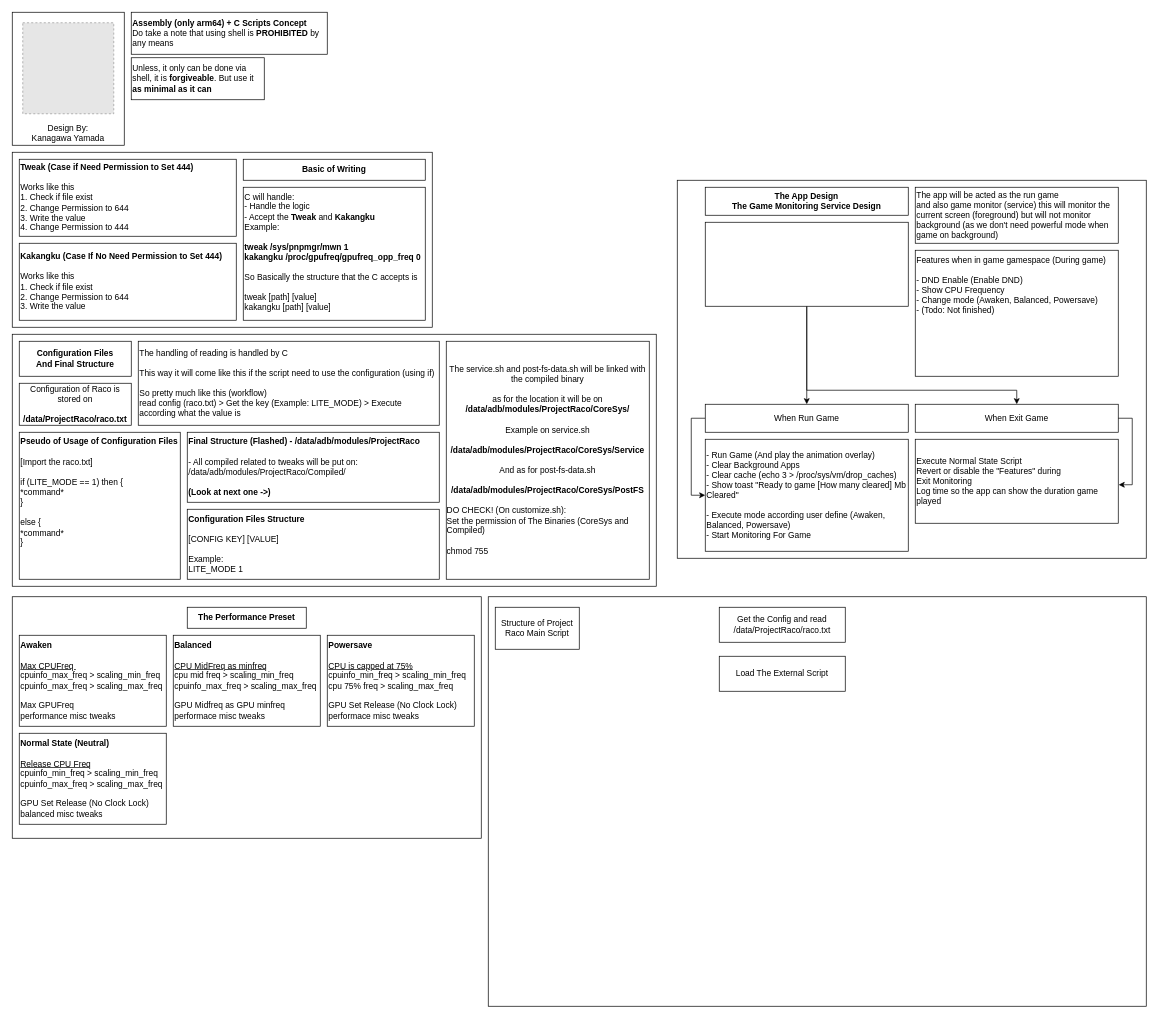
Before: Designs/Structure of Project Raco.drawio in LoggingNewMemory/Project-Raco, a draw.io diagram. Source tidied: cells renumbered, new cells numbered last; positions are measured from the earlier drawing's top-left corner, leaving out a move shared by most shapes. Both pictures are drawn from the tidied source at 70%, with x=0, y=0 at pixel (12, 12). Pictures stored in the file or linked from it are replaced by grey dashed boxes.
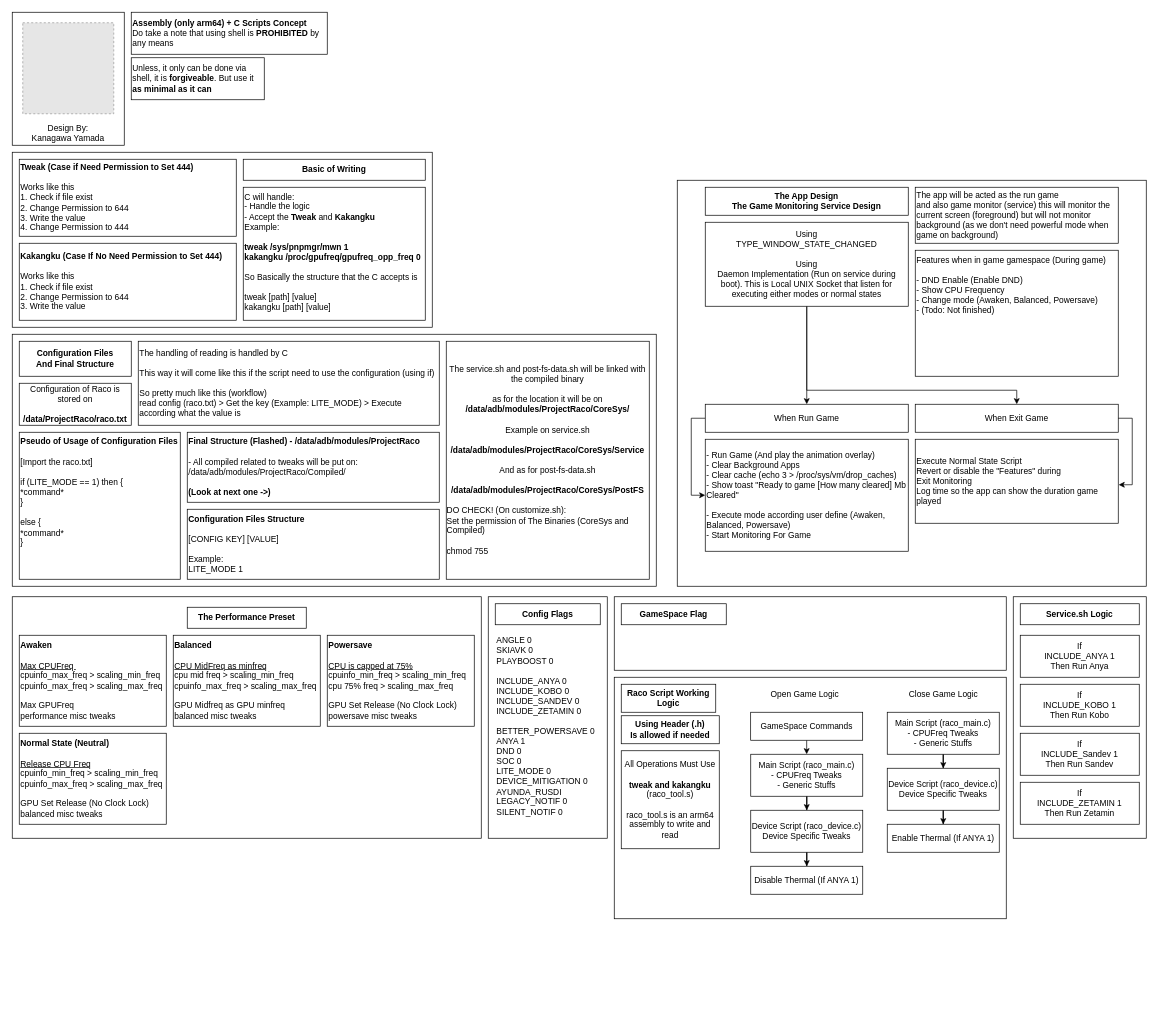
Above is the later version.

Commit message (it also covers changes not shown here):
Using Assembly to read file

Change to the diagram source:
```diff
@@
     <mxCell id="2" style="rounded=0;whiteSpace=wrap;html=1;" parent="1" vertex="1">
-      <mxGeometry x="950" y="240" width="670" height="540" as="geometry" />
+      <mxGeometry x="950" y="240" width="670" height="580" as="geometry" />
     </mxCell>
@@
-    <mxCell id="24" value="&lt;b&gt;Balanced&lt;/b&gt;&lt;div&gt;&lt;b&gt;&lt;br&gt;&lt;/b&gt;&lt;/div&gt;&lt;div&gt;&lt;u&gt;CPU MidFreq as minfreq&lt;/u&gt;&lt;/div&gt;&lt;div&gt;cpu mid freq &amp;gt;&amp;nbsp;scaling_min_freq&lt;/div&gt;&lt;div&gt;&lt;div&gt;cpuinfo_max_freq &amp;gt;&amp;nbsp;scaling_max_freq&lt;/div&gt;&lt;div&gt;&lt;br&gt;&lt;/div&gt;&lt;/div&gt;&lt;div&gt;GPU Midfreq as GPU minfreq&lt;/div&gt;&lt;div&gt;performace misc tweaks&lt;/div&gt;" style="rounded=0;whiteSpace=wrap;html=1;align=left;" parent="1" vertex="1">
+    <mxCell id="24" value="&lt;b&gt;Balanced&lt;/b&gt;&lt;div&gt;&lt;b&gt;&lt;br&gt;&lt;/b&gt;&lt;/div&gt;&lt;div&gt;&lt;u&gt;CPU MidFreq as minfreq&lt;/u&gt;&lt;/div&gt;&lt;div&gt;cpu mid freq &amp;gt;&amp;nbsp;scaling_min_freq&lt;/div&gt;&lt;div&gt;&lt;div&gt;cpuinfo_max_freq &amp;gt;&amp;nbsp;scaling_max_freq&lt;/div&gt;&lt;div&gt;&lt;br&gt;&lt;/div&gt;&lt;/div&gt;&lt;div&gt;GPU Midfreq as GPU minfreq&lt;/div&gt;&lt;div&gt;balanced misc tweaks&lt;/div&gt;" style="rounded=0;whiteSpace=wrap;html=1;align=left;" parent="1" vertex="1">
       <mxGeometry x="230" y="890" width="210" height="130" as="geometry" />
     </mxCell>
-    <mxCell id="25" value="&lt;div&gt;&lt;b&gt;Powersave&lt;/b&gt;&lt;/div&gt;&lt;div&gt;&lt;b&gt;&lt;br&gt;&lt;/b&gt;&lt;/div&gt;&lt;div&gt;&lt;u&gt;CPU is capped at 75%&lt;/u&gt;&lt;/div&gt;&lt;div&gt;&lt;span style=&quot;background-color: transparent; color: light-dark(rgb(0, 0, 0), rgb(255, 255, 255));&quot;&gt;cpuinfo_min_freq&lt;/span&gt;&amp;nbsp;&amp;gt;&amp;nbsp;&lt;span style=&quot;background-color: transparent; color: light-dark(rgb(0, 0, 0), rgb(255, 255, 255));&quot;&gt;scaling_min_freq&lt;/span&gt;&lt;/div&gt;&lt;div&gt;&lt;div&gt;&lt;span style=&quot;background-color: transparent; color: light-dark(rgb(0, 0, 0), rgb(255, 255, 255));&quot;&gt;cpu 75% freq&lt;/span&gt;&amp;nbsp;&amp;gt;&amp;nbsp;scaling_max_freq&lt;/div&gt;&lt;div&gt;&lt;br&gt;&lt;/div&gt;&lt;/div&gt;&lt;div&gt;GPU Set Release (No Clock Lock)&lt;/div&gt;&lt;div&gt;performace misc tweaks&lt;/div&gt;" style="rounded=0;whiteSpace=wrap;html=1;align=left;" parent="1" vertex="1">
+    <mxCell id="25" value="&lt;div&gt;&lt;b&gt;Powersave&lt;/b&gt;&lt;/div&gt;&lt;div&gt;&lt;b&gt;&lt;br&gt;&lt;/b&gt;&lt;/div&gt;&lt;div&gt;&lt;u&gt;CPU is capped at 75%&lt;/u&gt;&lt;/div&gt;&lt;div&gt;&lt;span style=&quot;background-color: transparent; color: light-dark(rgb(0, 0, 0), rgb(255, 255, 255));&quot;&gt;cpuinfo_min_freq&lt;/span&gt;&amp;nbsp;&amp;gt;&amp;nbsp;&lt;span style=&quot;background-color: transparent; color: light-dark(rgb(0, 0, 0), rgb(255, 255, 255));&quot;&gt;scaling_min_freq&lt;/span&gt;&lt;/div&gt;&lt;div&gt;&lt;div&gt;&lt;span style=&quot;background-color: transparent; color: light-dark(rgb(0, 0, 0), rgb(255, 255, 255));&quot;&gt;cpu 75% freq&lt;/span&gt;&amp;nbsp;&amp;gt;&amp;nbsp;scaling_max_freq&lt;/div&gt;&lt;div&gt;&lt;br&gt;&lt;/div&gt;&lt;/div&gt;&lt;div&gt;GPU Set Release (No Clock Lock)&lt;/div&gt;&lt;div&gt;powersave misc tweaks&lt;/div&gt;" style="rounded=0;whiteSpace=wrap;html=1;align=left;" parent="1" vertex="1">
       <mxGeometry x="450" y="890" width="210" height="130" as="geometry" />
     </mxCell>
@@
-    <mxCell id="38" value=" " style="rounded=0;whiteSpace=wrap;html=1;" parent="1" vertex="1">
+    <mxCell id="38" value="&lt;div&gt;Using&lt;/div&gt;&lt;div&gt;TYPE_WINDOW_STATE_CHANGED&lt;/div&gt;&lt;div&gt;&lt;br&gt;&lt;/div&gt;&lt;div&gt;Using&lt;/div&gt;&lt;div&gt;Daemon Implementation (Run on service during boot). This is&amp;nbsp;Local UNIX Socket that listen for executing either modes or normal states&lt;/div&gt;" style="rounded=0;whiteSpace=wrap;html=1;" parent="1" vertex="1">
       <mxGeometry x="990" y="300" width="290" height="120" as="geometry" />
     </mxCell>
-    <mxCell id="39" style="rounded=0;whiteSpace=wrap;html=1;" parent="1" vertex="1">
-      <mxGeometry x="680" y="835" width="940" height="585" as="geometry" />
-    </mxCell>
-    <mxCell id="40" value="Structure of Project Raco Main Script" style="rounded=0;whiteSpace=wrap;html=1;" parent="1" vertex="1">
-      <mxGeometry x="690" y="850" width="120" height="60" as="geometry" />
-    </mxCell>
-    <mxCell id="41" value="Get the Config and read&lt;div&gt;/data/ProjectRaco/raco.txt&lt;/div&gt;" style="rounded=0;whiteSpace=wrap;html=1;" parent="1" vertex="1">
-      <mxGeometry x="1010" y="850" width="180" height="50" as="geometry" />
-    </mxCell>
-    <mxCell id="42" value="Load The External Script" style="rounded=0;whiteSpace=wrap;html=1;" parent="1" vertex="1">
-      <mxGeometry x="1010" y="920" width="180" height="50" as="geometry" />
-    </mxCell>
+    <mxCell id="43" style="rounded=0;whiteSpace=wrap;html=1;" parent="1" vertex="1">
+      <mxGeometry x="680" y="835" width="170" height="345" as="geometry" />
+    </mxCell>
+    <mxCell id="44" value="Config Flags" style="rounded=0;whiteSpace=wrap;html=1;fontStyle=1;" parent="1" vertex="1">
+      <mxGeometry x="690" y="845" width="150" height="30" as="geometry" />
+    </mxCell>
+    <mxCell id="45" value="&lt;div&gt;&lt;div&gt;ANGLE 0&lt;/div&gt;&lt;div&gt;SKIAVK 0&lt;/div&gt;&lt;div&gt;PLAYBOOST 0&lt;/div&gt;&lt;/div&gt;&lt;div&gt;&lt;br&gt;&lt;/div&gt;&lt;div&gt;INCLUDE_ANYA 0&lt;/div&gt;&lt;div&gt;INCLUDE_KOBO 0&lt;/div&gt;&lt;div&gt;INCLUDE_SANDEV 0&lt;/div&gt;&lt;div&gt;INCLUDE_ZETAMIN 0&lt;/div&gt;&lt;div&gt;&lt;br&gt;&lt;/div&gt;&lt;div&gt;&lt;div&gt;BETTER_POWERSAVE 0&lt;/div&gt;&lt;div&gt;ANYA 1&lt;/div&gt;&lt;div&gt;DND 0&lt;/div&gt;&lt;div&gt;SOC 0&lt;/div&gt;&lt;div&gt;LITE_MODE 0&lt;/div&gt;&lt;div&gt;DEVICE_MITIGATION 0&lt;/div&gt;&lt;div&gt;AYUNDA_RUSDI&amp;nbsp;&lt;/div&gt;&lt;div&gt;LEGACY_NOTIF 0&lt;/div&gt;&lt;div&gt;SILENT_NOTIF 0&lt;/div&gt;&lt;/div&gt;" style="text;html=1;whiteSpace=wrap;strokeColor=none;fillColor=none;align=left;verticalAlign=middle;rounded=0;" parent="1" vertex="1">
+      <mxGeometry x="690" y="890" width="150" height="260" as="geometry" />
+    </mxCell>
+    <mxCell id="46" style="rounded=0;whiteSpace=wrap;html=1;" parent="1" vertex="1">
+      <mxGeometry x="860" y="950" width="560" height="345" as="geometry" />
+    </mxCell>
+    <mxCell id="47" value="Raco Script Working Logic" style="rounded=0;whiteSpace=wrap;html=1;fontStyle=1;" parent="1" vertex="1">
+      <mxGeometry x="870" y="960" width="135" height="40" as="geometry" />
+    </mxCell>
+    <mxCell id="48" style="edgeStyle=orthogonalEdgeStyle;rounded=0;jettySize=auto;html=1;" parent="1" edge="1" source="49" target="51">
+      <mxGeometry relative="1" as="geometry" />
+    </mxCell>
+    <mxCell id="49" value="Main Script (raco_main.c)&lt;div&gt;- CPUFreq Tweaks&lt;/div&gt;&lt;div&gt;- Generic Stuffs&lt;/div&gt;" style="rounded=0;whiteSpace=wrap;html=1;align=center;" parent="1" vertex="1">
+      <mxGeometry x="1055" y="1060" width="160" height="60" as="geometry" />
+    </mxCell>
+    <mxCell id="50" style="edgeStyle=orthogonalEdgeStyle;rounded=0;jettySize=auto;html=1;" parent="1" edge="1" source="51" target="54">
+      <mxGeometry relative="1" as="geometry" />
+    </mxCell>
+    <mxCell id="51" value="Device Script (raco_device.c)&lt;div&gt;Device Specific Tweaks&lt;/div&gt;" style="rounded=0;whiteSpace=wrap;html=1;align=center;" parent="1" vertex="1">
+      <mxGeometry x="1055" y="1140" width="160" height="60" as="geometry" />
+    </mxCell>
+    <mxCell id="52" value="Using Header (.h)&lt;div&gt;Is allowed if needed&lt;/div&gt;" style="rounded=0;whiteSpace=wrap;html=1;fontStyle=1;" parent="1" vertex="1">
+      <mxGeometry x="870" y="1005" width="140" height="40" as="geometry" />
+    </mxCell>
+    <mxCell id="53" value="&lt;span style=&quot;font-weight: normal;&quot;&gt;All Operations Must Use&lt;/span&gt;&lt;div&gt;&lt;span style=&quot;font-weight: normal;&quot;&gt;&lt;br&gt;&lt;/span&gt;&lt;/div&gt;&lt;div&gt;tweak and kakangku&lt;/div&gt;&lt;div&gt;&lt;span style=&quot;font-weight: 400;&quot;&gt;(raco_tool.s)&lt;/span&gt;&lt;/div&gt;&lt;div&gt;&lt;span style=&quot;font-weight: 400;&quot;&gt;&lt;br&gt;&lt;/span&gt;&lt;/div&gt;&lt;div&gt;&lt;span style=&quot;font-weight: 400;&quot;&gt;raco_tool.s is an arm64 assembly to write and read&lt;/span&gt;&lt;/div&gt;" style="rounded=0;whiteSpace=wrap;html=1;fontStyle=1;" parent="1" vertex="1">
+      <mxGeometry x="870" y="1055" width="140" height="140" as="geometry" />
+    </mxCell>
+    <mxCell id="54" value="Disable Thermal (If ANYA 1)" style="rounded=0;whiteSpace=wrap;html=1;align=center;" parent="1" vertex="1">
+      <mxGeometry x="1055" y="1220" width="160" height="40" as="geometry" />
+    </mxCell>
+    <mxCell id="55" style="edgeStyle=orthogonalEdgeStyle;rounded=0;jettySize=auto;html=1;" parent="1" edge="1" source="56" target="49">
+      <mxGeometry relative="1" as="geometry" />
+    </mxCell>
+    <mxCell id="56" value="GameSpace Commands" style="rounded=0;whiteSpace=wrap;html=1;align=center;" parent="1" vertex="1">
+      <mxGeometry x="1054.9" y="1000" width="160" height="40" as="geometry" />
+    </mxCell>
+    <mxCell id="57" value="Open Game Logic" style="text;html=1;whiteSpace=wrap;strokeColor=none;fillColor=none;align=center;verticalAlign=middle;rounded=0;" parent="1" vertex="1">
+      <mxGeometry x="1080" y="960" width="105" height="30" as="geometry" />
+    </mxCell>
+    <mxCell id="58" style="edgeStyle=orthogonalEdgeStyle;rounded=0;jettySize=auto;html=1;" parent="1" edge="1" source="59" target="61">
+      <mxGeometry relative="1" as="geometry" />
+    </mxCell>
+    <mxCell id="59" value="Main Script (raco_main.c)&lt;div&gt;- CPUFreq Tweaks&lt;/div&gt;&lt;div&gt;- Generic Stuffs&lt;/div&gt;" style="rounded=0;whiteSpace=wrap;html=1;align=center;" parent="1" vertex="1">
+      <mxGeometry x="1250" y="1000" width="160" height="60" as="geometry" />
+    </mxCell>
+    <mxCell id="60" style="edgeStyle=orthogonalEdgeStyle;rounded=0;jettySize=auto;html=1;" parent="1" edge="1" source="61" target="62">
+      <mxGeometry relative="1" as="geometry" />
+    </mxCell>
+    <mxCell id="61" value="Device Script (raco_device.c)&lt;div&gt;Device Specific Tweaks&lt;/div&gt;" style="rounded=0;whiteSpace=wrap;html=1;align=center;" parent="1" vertex="1">
+      <mxGeometry x="1250" y="1080" width="160" height="60" as="geometry" />
+    </mxCell>
+    <mxCell id="62" value="Enable Thermal (If ANYA 1)" style="rounded=0;whiteSpace=wrap;html=1;align=center;" parent="1" vertex="1">
+      <mxGeometry x="1250" y="1160" width="160" height="40" as="geometry" />
+    </mxCell>
+    <mxCell id="63" value="Close Game Logic" style="text;html=1;whiteSpace=wrap;strokeColor=none;fillColor=none;align=center;verticalAlign=middle;rounded=0;" parent="1" vertex="1">
+      <mxGeometry x="1277.5" y="960" width="105" height="30" as="geometry" />
+    </mxCell>
+    <mxCell id="64" style="rounded=0;whiteSpace=wrap;html=1;" parent="1" vertex="1">
+      <mxGeometry x="1430" y="835" width="190" height="345" as="geometry" />
+    </mxCell>
+    <mxCell id="65" value="Service.sh Logic" style="rounded=0;whiteSpace=wrap;html=1;fontStyle=1;" parent="1" vertex="1">
+      <mxGeometry x="1440" y="845" width="170" height="30" as="geometry" />
+    </mxCell>
+    <mxCell id="66" value="&lt;div style=&quot;&quot;&gt;If&lt;/div&gt;&lt;div style=&quot;&quot;&gt;&lt;div&gt;INCLUDE_ANYA 1&lt;/div&gt;&lt;div&gt;Then Run Anya&lt;/div&gt;&lt;/div&gt;" style="rounded=0;whiteSpace=wrap;html=1;align=center;" parent="1" vertex="1">
+      <mxGeometry x="1440" y="890" width="170" height="60" as="geometry" />
+    </mxCell>
+    <mxCell id="67" value="&lt;div style=&quot;&quot;&gt;If&lt;/div&gt;&lt;div style=&quot;&quot;&gt;&lt;div style=&quot;text-align: left;&quot;&gt;INCLUDE_KOBO &lt;span style=&quot;background-color: transparent; color: light-dark(rgb(0, 0, 0), rgb(255, 255, 255)); text-align: center;&quot;&gt;1&lt;/span&gt;&lt;/div&gt;&lt;div&gt;Then Run Kobo&lt;/div&gt;&lt;/div&gt;" style="rounded=0;whiteSpace=wrap;html=1;align=center;" parent="1" vertex="1">
+      <mxGeometry x="1440" y="960" width="170" height="60" as="geometry" />
+    </mxCell>
+    <mxCell id="68" value="&lt;div style=&quot;&quot;&gt;If&lt;/div&gt;&lt;div style=&quot;&quot;&gt;&lt;div&gt;INCLUDE_Sandev 1&lt;/div&gt;&lt;div&gt;Then Run Sandev&lt;/div&gt;&lt;/div&gt;" style="rounded=0;whiteSpace=wrap;html=1;align=center;" parent="1" vertex="1">
+      <mxGeometry x="1440" y="1030" width="170" height="60" as="geometry" />
+    </mxCell>
+    <mxCell id="69" value="&lt;div style=&quot;&quot;&gt;If&lt;/div&gt;&lt;div style=&quot;&quot;&gt;&lt;div&gt;INCLUDE_ZETAMIN 1&lt;/div&gt;&lt;div&gt;Then Run Zetamin&lt;/div&gt;&lt;/div&gt;" style="rounded=0;whiteSpace=wrap;html=1;align=center;" parent="1" vertex="1">
+      <mxGeometry x="1440" y="1100" width="170" height="60" as="geometry" />
+    </mxCell>
+    <mxCell id="70" style="rounded=0;whiteSpace=wrap;html=1;" parent="1" vertex="1">
+      <mxGeometry x="860" y="835" width="560" height="105" as="geometry" />
+    </mxCell>
+    <mxCell id="71" value="GameSpace Flag" style="rounded=0;whiteSpace=wrap;html=1;fontStyle=1;" parent="1" vertex="1">
+      <mxGeometry x="870" y="845" width="150" height="30" as="geometry" />
+    </mxCell>
```
